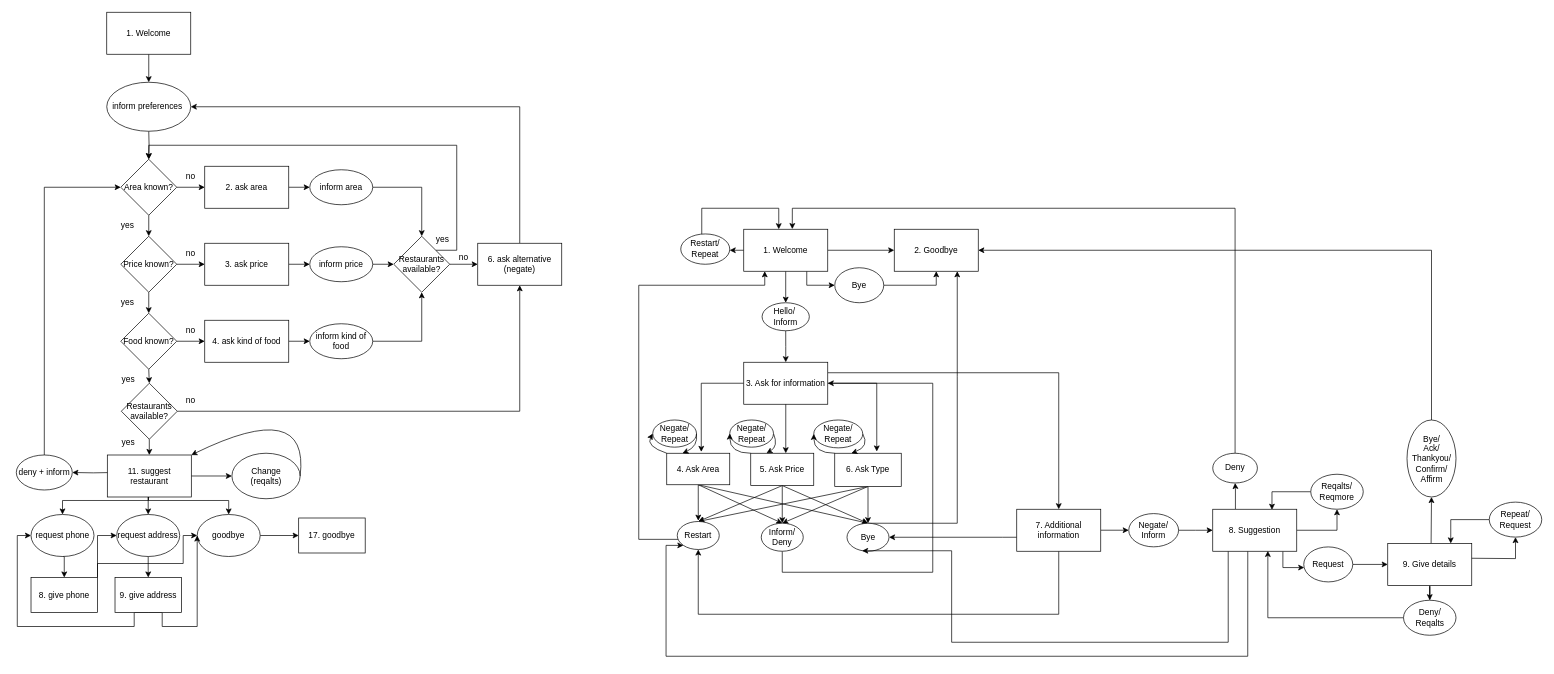
Before: data/experimentaldiagram.drawio in maxschwalenberg/methods_in_ai_research_03, a draw.io diagram. Source tidied: cells renumbered, new cells numbered last; positions are measured from the earlier drawing's top-left corner, leaving out a move shared by most shapes. Both pictures are drawn from the tidied source at 70%, with x=0, y=0 at pixel (16, 12).
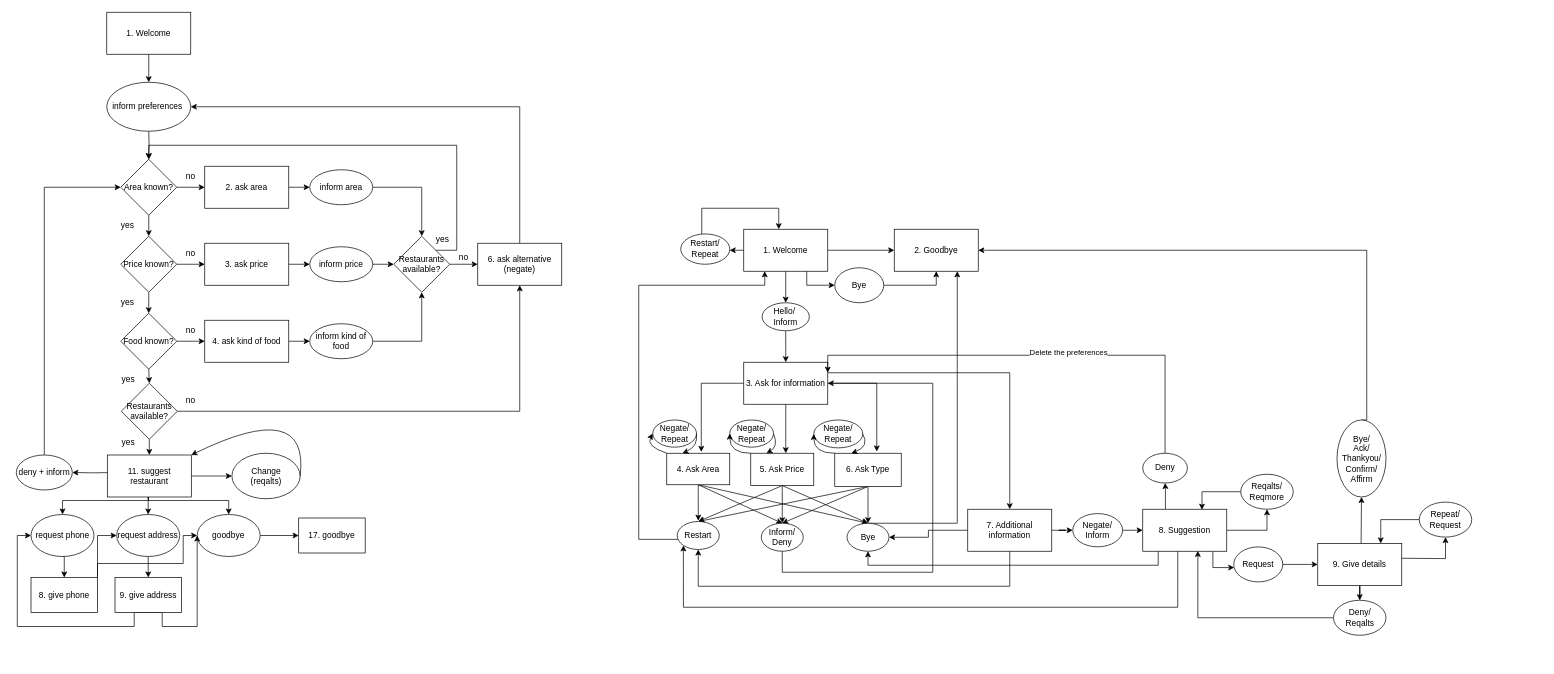
After the change.

Unchanged cells that the change refers to:
```xml
<mxCell id="73" value="1. Welcome" style="rounded=0;whiteSpace=wrap;html=1;direction=west;" parent="1" vertex="1">
  <mxGeometry x="1039" y="310" width="120" height="60" as="geometry" />
</mxCell>
<mxCell id="74" value="2. Goodbye" style="rounded=0;whiteSpace=wrap;html=1;" parent="1" vertex="1">
  <mxGeometry x="1254" y="310" width="120" height="60" as="geometry" />
</mxCell>
<mxCell id="78" value="3. Ask for information" style="rounded=0;whiteSpace=wrap;html=1;" parent="1" vertex="1">
  <mxGeometry x="1039" y="500" width="120" height="60" as="geometry" />
</mxCell>
<mxCell id="97" value="Restart" style="ellipse;whiteSpace=wrap;html=1;" parent="1" vertex="1">
  <mxGeometry x="944" y="727.5" width="60" height="40" as="geometry" />
</mxCell>
<mxCell id="99" value="Bye" style="ellipse;whiteSpace=wrap;html=1;" parent="1" vertex="1">
  <mxGeometry x="1186.5" y="730" width="60" height="40" as="geometry" />
</mxCell>
```

The edit, as a diff of the source:
```diff
@@
     <mxCell id="77" style="edgeStyle=orthogonalEdgeStyle;rounded=0;jettySize=auto;html=1;exitX=1;exitY=0.25;exitDx=0;exitDy=0;entryX=0.5;entryY=0;entryDx=0;entryDy=0;" parent="1" edge="1" source="78" target="109">
-      <mxGeometry relative="1" as="geometry">
-        <Array as="points">
-          <mxPoint x="1489" y="515" />
-        </Array>
-      </mxGeometry>
+      <mxGeometry relative="1" as="geometry" />
     </mxCell>
@@
     <mxCell id="106" style="edgeStyle=orthogonalEdgeStyle;rounded=0;jettySize=auto;html=1;" parent="1" edge="1" source="109" target="99">
-      <mxGeometry relative="1" as="geometry">
-        <Array as="points">
-          <mxPoint x="1409" y="750" />
-          <mxPoint x="1409" y="750" />
-        </Array>
-      </mxGeometry>
+      <mxGeometry relative="1" as="geometry" />
     </mxCell>
-    <mxCell id="107" style="edgeStyle=orthogonalEdgeStyle;rounded=0;jettySize=auto;html=1;entryX=0.5;entryY=1;entryDx=0;entryDy=0;" parent="1" edge="1" source="109" target="97">
+    <mxCell id="107" style="edgeStyle=orthogonalEdgeStyle;rounded=0;jettySize=auto;html=1;entryX=0.5;entryY=1;entryDx=0;entryDy=0;exitX=0.5;exitY=1;exitDx=0;exitDy=0;" parent="1" edge="1" source="109" target="97">
       <mxGeometry relative="1" as="geometry">
         <Array as="points">
-          <mxPoint x="1489" y="860" />
-          <mxPoint x="974" y="860" />
+          <mxPoint x="1419" y="820" />
+          <mxPoint x="974" y="820" />
         </Array>
       </mxGeometry>
     </mxCell>
@@
     <mxCell id="109" value="7. Additional information" style="rounded=0;whiteSpace=wrap;html=1;" parent="1" vertex="1">
-      <mxGeometry x="1429" y="710" width="120" height="60" as="geometry" />
+      <mxGeometry x="1359" y="710" width="120" height="60" as="geometry" />
     </mxCell>
@@
     <mxCell id="111" value="Negate/&lt;br&gt;Inform" style="ellipse;whiteSpace=wrap;html=1;" parent="1" vertex="1">
-      <mxGeometry x="1589" y="716.2" width="71.2" height="47.5" as="geometry" />
+      <mxGeometry x="1509" y="716.2" width="71.2" height="47.5" as="geometry" />
     </mxCell>
-    <mxCell id="112" style="edgeStyle=orthogonalEdgeStyle;rounded=0;jettySize=auto;html=1;entryX=0.36;entryY=0.983;entryDx=0;entryDy=0;entryPerimeter=0;exitX=0.184;exitY=0.999;exitDx=0;exitDy=0;exitPerimeter=0;" parent="1" edge="1" source="117" target="99">
-      <mxGeometry relative="1" as="geometry">
-        <Array as="points">
-          <mxPoint x="1731" y="900" />
-          <mxPoint x="1336" y="900" />
-        </Array>
-      </mxGeometry>
+    <mxCell id="112" style="edgeStyle=orthogonalEdgeStyle;rounded=0;jettySize=auto;html=1;entryX=0.5;entryY=1;entryDx=0;entryDy=0;exitX=0.184;exitY=0.999;exitDx=0;exitDy=0;exitPerimeter=0;" parent="1" edge="1" source="117" target="99">
+      <mxGeometry relative="1" as="geometry" />
     </mxCell>
     <mxCell id="113" style="edgeStyle=orthogonalEdgeStyle;rounded=0;jettySize=auto;html=1;exitX=0.417;exitY=1;exitDx=0;exitDy=0;entryX=0;entryY=1;entryDx=0;entryDy=0;exitPerimeter=0;" parent="1" edge="1" source="117" target="97">
       <mxGeometry relative="1" as="geometry">
         <Array as="points">
-          <mxPoint x="1759" y="920" />
-          <mxPoint x="928" y="920" />
+          <mxPoint x="1659" y="850" />
+          <mxPoint x="953" y="850" />
         </Array>
       </mxGeometry>
     </mxCell>
     <mxCell id="114" style="edgeStyle=orthogonalEdgeStyle;rounded=0;jettySize=auto;html=1;entryX=0.5;entryY=1;entryDx=0;entryDy=0;exitX=0.27;exitY=-0.004;exitDx=0;exitDy=0;exitPerimeter=0;" parent="1" edge="1" source="117" target="119">
       <mxGeometry relative="1" as="geometry">
         <Array as="points">
-          <mxPoint x="1741" y="680" />
-          <mxPoint x="1741" y="680" />
+          <mxPoint x="1641" y="680" />
+          <mxPoint x="1641" y="680" />
         </Array>
       </mxGeometry>
     </mxCell>
@@
     <mxCell id="116" style="edgeStyle=orthogonalEdgeStyle;rounded=0;jettySize=auto;html=1;exitX=0.835;exitY=1.005;exitDx=0;exitDy=0;entryX=0.01;entryY=0.591;entryDx=0;entryDy=0;entryPerimeter=0;exitPerimeter=0;" parent="1" edge="1" source="117" target="123">
       <mxGeometry relative="1" as="geometry">
         <Array as="points">
-          <mxPoint x="1809" y="793" />
+          <mxPoint x="1709" y="793" />
         </Array>
       </mxGeometry>
     </mxCell>
     <mxCell id="117" value="8. Suggestion" style="rounded=0;whiteSpace=wrap;html=1;" parent="1" vertex="1">
-      <mxGeometry x="1709" y="710" width="120" height="60" as="geometry" />
+      <mxGeometry x="1609" y="710" width="120" height="60" as="geometry" />
     </mxCell>
-    <mxCell id="118" style="edgeStyle=orthogonalEdgeStyle;rounded=0;jettySize=auto;html=1;entryX=0.422;entryY=1.004;entryDx=0;entryDy=0;entryPerimeter=0;exitX=0.5;exitY=0;exitDx=0;exitDy=0;" parent="1" edge="1" source="119" target="73">
+    <mxCell id="118" style="edgeStyle=orthogonalEdgeStyle;rounded=0;jettySize=auto;html=1;entryX=1;entryY=0.25;entryDx=0;entryDy=0;exitX=0.5;exitY=0;exitDx=0;exitDy=0;" parent="1" edge="1" source="119" target="78">
       <mxGeometry relative="1" as="geometry">
         <Array as="points">
-          <mxPoint x="1741" y="280" />
-          <mxPoint x="1108" y="280" />
+          <mxPoint x="1641" y="490" />
+          <mxPoint x="1159" y="490" />
         </Array>
       </mxGeometry>
     </mxCell>
+    <mxCell id="141" value="Delete the preferences" style="edgeLabel;html=1;align=center;verticalAlign=middle;" parent="118" vertex="1">
+      <mxGeometry x="-0.14" y="-5" relative="1" as="geometry" />
+    </mxCell>
     <mxCell id="119" value="Deny" style="ellipse;whiteSpace=wrap;html=1;" parent="1" vertex="1">
-      <mxGeometry x="1709" y="630" width="63.8" height="42.5" as="geometry" />
+      <mxGeometry x="1609" y="630" width="63.8" height="42.5" as="geometry" />
     </mxCell>
@@
     <mxCell id="121" value="Reqalts/&lt;br&gt;Reqmore" style="ellipse;whiteSpace=wrap;html=1;" parent="1" vertex="1">
-      <mxGeometry x="1849" y="660" width="75" height="50" as="geometry" />
+      <mxGeometry x="1749" y="660" width="75" height="50" as="geometry" />
     </mxCell>
@@
     <mxCell id="123" value="Request" style="ellipse;whiteSpace=wrap;html=1;" parent="1" vertex="1">
-      <mxGeometry x="1839" y="763.8" width="70" height="50" as="geometry" />
+      <mxGeometry x="1739" y="763.8" width="70" height="50" as="geometry" />
     </mxCell>
     <mxCell id="124" style="edgeStyle=orthogonalEdgeStyle;rounded=0;jettySize=auto;html=1;entryX=0.5;entryY=1;entryDx=0;entryDy=0;exitX=0.516;exitY=-0.002;exitDx=0;exitDy=0;exitPerimeter=0;" parent="1" edge="1" source="126" target="128">
       <mxGeometry relative="1" as="geometry">
         <Array as="points">
-          <mxPoint x="2022" y="759" />
+          <mxPoint x="1922" y="759" />
         </Array>
       </mxGeometry>
     </mxCell>
@@
     <mxCell id="126" value="9. Give details" style="rounded=0;whiteSpace=wrap;html=1;" parent="1" vertex="1">
-      <mxGeometry x="1959" y="758.8" width="120" height="60" as="geometry" />
+      <mxGeometry x="1859" y="758.8" width="120" height="60" as="geometry" />
     </mxCell>
     <mxCell id="127" style="edgeStyle=orthogonalEdgeStyle;rounded=0;jettySize=auto;html=1;entryX=1;entryY=0.5;entryDx=0;entryDy=0;exitX=0.5;exitY=0;exitDx=0;exitDy=0;" parent="1" edge="1" source="128" target="74">
       <mxGeometry relative="1" as="geometry">
         <Array as="points">
-          <mxPoint x="2022" y="340" />
+          <mxPoint x="1929" y="583" />
+          <mxPoint x="1929" y="340" />
         </Array>
       </mxGeometry>
     </mxCell>
     <mxCell id="128" value="Bye/&lt;br&gt;Ack/&lt;br&gt;Thankyou/&lt;br&gt;Confirm/&lt;br&gt;Affirm" style="ellipse;whiteSpace=wrap;html=1;" parent="1" vertex="1">
-      <mxGeometry x="1986.5" y="582.5" width="70" height="110" as="geometry" />
+      <mxGeometry x="1886.5" y="582.5" width="70" height="110" as="geometry" />
     </mxCell>
     <mxCell id="129" style="edgeStyle=orthogonalEdgeStyle;rounded=0;jettySize=auto;html=1;entryX=0.5;entryY=1;entryDx=0;entryDy=0;" parent="1" edge="1" target="131">
       <mxGeometry relative="1" as="geometry">
-        <mxPoint x="2079" y="780" as="sourcePoint" />
+        <mxPoint x="1979" y="780" as="sourcePoint" />
       </mxGeometry>
     </mxCell>
@@
     <mxCell id="131" value="Repeat/&lt;br&gt;Request" style="ellipse;whiteSpace=wrap;html=1;" parent="1" vertex="1">
-      <mxGeometry x="2104" y="699.8" width="75" height="50" as="geometry" />
+      <mxGeometry x="2004" y="699.8" width="75" height="50" as="geometry" />
     </mxCell>
@@
     <mxCell id="133" value="Deny/&lt;br&gt;Reqalts" style="ellipse;whiteSpace=wrap;html=1;" parent="1" vertex="1">
-      <mxGeometry x="1981.5" y="840" width="75" height="50" as="geometry" />
+      <mxGeometry x="1881.5" y="840" width="75" height="50" as="geometry" />
     </mxCell>
```
